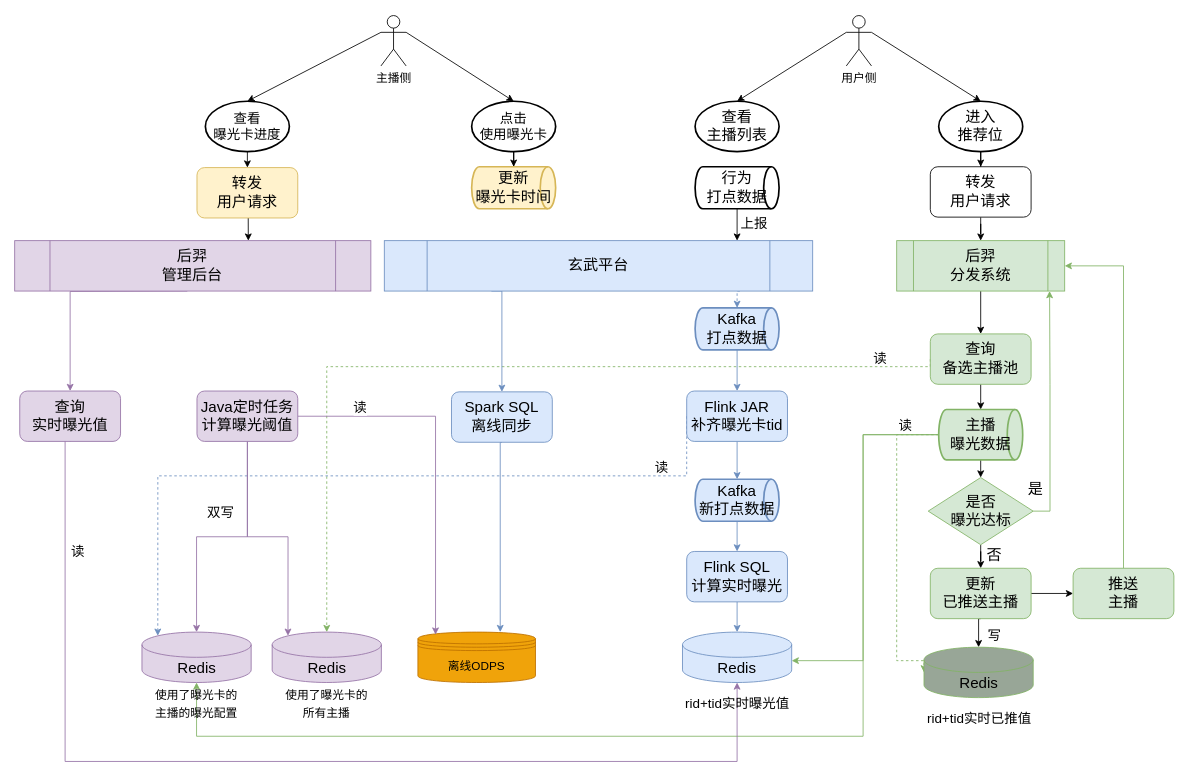
This is 后羿接曝光卡.drawio from hongweilv-whu/flowCharts, a draw.io file, before an edit. Source tidied: cells renumbered, new cells numbered last; positions are measured from the earlier drawing's top-left corner, leaving out a move shared by most shapes. Both pictures are drawn from the tidied source at 84%, with x=0, y=0 at pixel (14, 15).
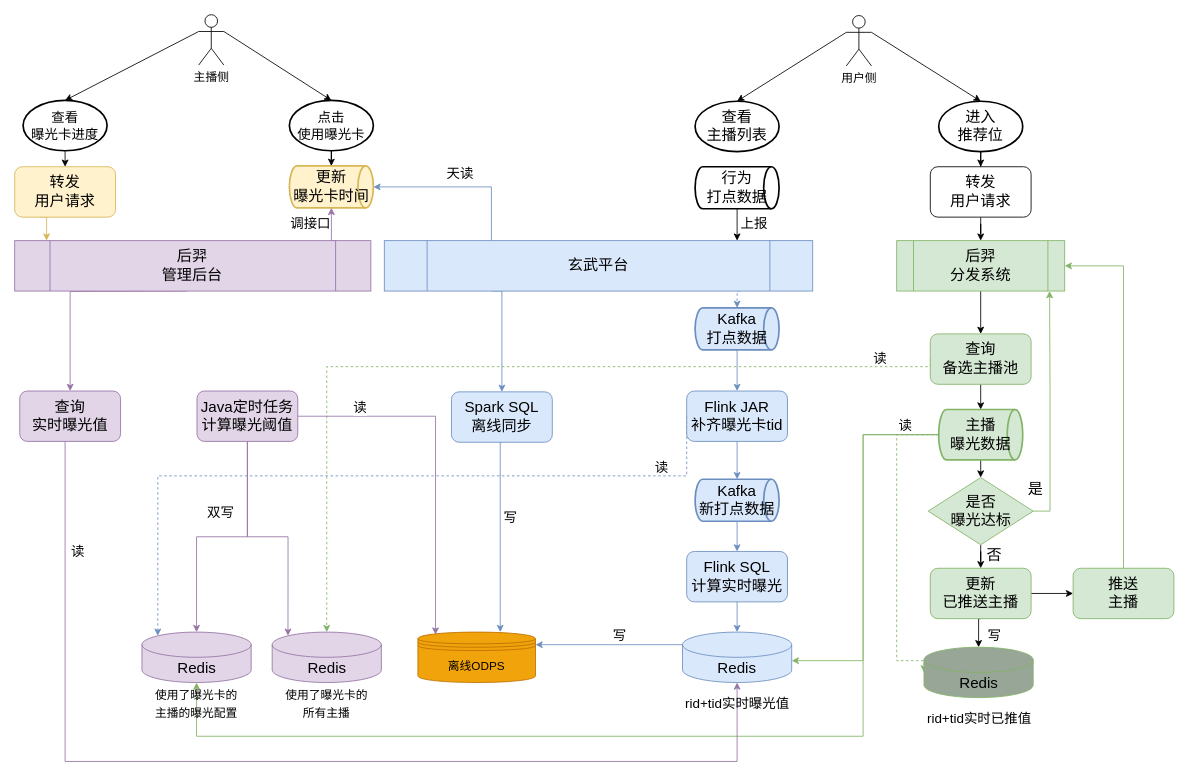
Above is the later version.

Commit message (it also covers changes not shown here):
Update 后羿接曝光卡.drawio

The change refers to these unchanged cells:
```xml
<mxCell id="16" value="Redis" style="shape=cylinder3;whiteSpace=wrap;html=1;boundedLbl=1;backgroundOutline=1;size=15;fontSize=18;fillColor=#dae8fc;strokeColor=#6c8ebf;" parent="15" vertex="1">
  <mxGeometry x="2.5" width="130" height="60" as="geometry" />
</mxCell>
<mxCell id="34" value="玄武平台" style="shape=process;whiteSpace=wrap;html=1;backgroundOutline=1;fontSize=18;fillColor=#dae8fc;strokeColor=#6c8ebf;points=[[0,0,0,0,0],[0,0.25,0,0,0],[0,0.5,0,0,0],[0,0.75,0,0,0],[0.11,1,0,0,0],[0.25,0,0,0,0],[0.25,1,0,0,0],[0.5,0,0,0,0],[0.5,1,0,0,0],[0.75,0,0,0,0],[0.83,1,0,0,0],[1,0,0,0,0],[1,0.25,0,0,0],[1,0.5,0,0,0],[1,0.75,0,0,0],[1,1,0,0,0]];" parent="1" vertex="1">
  <mxGeometry x="440" y="268" width="510" height="60" as="geometry" />
</mxCell>
```

The edit, as a diff of the source:
```diff
@@
     <mxCell id="6" value="&lt;font style=&quot;font-size: 14px;&quot;&gt;主播侧&lt;/font&gt;" style="shape=umlActor;verticalLabelPosition=bottom;verticalAlign=top;html=1;outlineConnect=0;" parent="1" vertex="1">
-      <mxGeometry x="436" width="30" height="60" as="geometry" />
+      <mxGeometry x="219" y="-1" width="30" height="60" as="geometry" />
     </mxCell>
@@
+    <mxCell id="85" style="edgeStyle=orthogonalEdgeStyle;rounded=0;jettySize=auto;html=1;exitX=0.25;exitY=0;exitDx=0;exitDy=0;exitPerimeter=0;entryX=1;entryY=0.5;entryDx=0;entryDy=0;entryPerimeter=0;fontSize=16;fillColor=#dae8fc;strokeColor=#6c8ebf;" parent="1" edge="1" source="34" target="52">
+      <mxGeometry relative="1" as="geometry" />
+    </mxCell>
@@
     <mxCell id="38" value="&lt;font style=&quot;font-size: 16px;&quot;&gt;点击&lt;br style=&quot;&quot;&gt;使用曝光卡&lt;/font&gt;" style="strokeWidth=2;html=1;shape=mxgraph.flowchart.start_1;whiteSpace=wrap;fontSize=14;" parent="1" vertex="1">
-      <mxGeometry x="544" y="102" width="100" height="60" as="geometry" />
+      <mxGeometry x="327" y="101" width="100" height="60" as="geometry" />
     </mxCell>
@@
     <mxCell id="40" value="&lt;font style=&quot;font-size: 16px;&quot;&gt;查看&lt;br style=&quot;&quot;&gt;曝光卡进度&lt;/font&gt;" style="strokeWidth=2;html=1;shape=mxgraph.flowchart.start_1;whiteSpace=wrap;fontSize=14;" parent="1" vertex="1">
-      <mxGeometry x="227" y="102" width="100" height="60" as="geometry" />
+      <mxGeometry x="10" y="101" width="100" height="60" as="geometry" />
     </mxCell>
@@
     <mxCell id="52" value="&lt;span style=&quot;font-size: 18px;&quot;&gt;更新&lt;br&gt;曝光卡时间&lt;/span&gt;" style="strokeWidth=2;html=1;shape=mxgraph.flowchart.direct_data;whiteSpace=wrap;fontSize=16;fillColor=#fff2cc;strokeColor=#d6b656;" parent="1" vertex="1">
-      <mxGeometry x="544" y="180" width="100" height="50" as="geometry" />
+      <mxGeometry x="327" y="179" width="100" height="50" as="geometry" />
     </mxCell>
@@
+    <mxCell id="86" style="edgeStyle=orthogonalEdgeStyle;rounded=0;jettySize=auto;html=1;exitX=0.9;exitY=0;exitDx=0;exitDy=0;exitPerimeter=0;entryX=0.5;entryY=1;entryDx=0;entryDy=0;entryPerimeter=0;fontSize=16;fillColor=#e1d5e7;strokeColor=#9673a6;" parent="1" edge="1" source="56" target="52">
+      <mxGeometry relative="1" as="geometry" />
+    </mxCell>
-    <mxCell id="56" value="后羿&lt;br&gt;管理后台" style="shape=process;whiteSpace=wrap;html=1;backgroundOutline=1;fontSize=18;fillColor=#e1d5e7;strokeColor=#9673a6;points=[[0,0,0,0,0],[0,0.25,0,0,0],[0,0.5,0,0,0],[0,0.75,0,0,0],[0,1,0,0,0],[0.25,0,0,0,0],[0.25,1,0,0,0],[0.5,0,0,0,0],[0.5,1,0,0,0],[0.75,1,0,0,0],[0.83,0,0,0,0],[1,0,0,0,0],[1,0.25,0,0,0],[1,0.5,0,0,0],[1,0.75,0,0,0],[1,1,0,0,0]];" parent="1" vertex="1">
+    <mxCell id="56" value="后羿&lt;br&gt;管理后台" style="shape=process;whiteSpace=wrap;html=1;backgroundOutline=1;fontSize=18;fillColor=#e1d5e7;strokeColor=#9673a6;points=[[0,0.25,0,0,0],[0,0.5,0,0,0],[0,0.75,0,0,0],[0,1,0,0,0],[0.09,0,0,0,-3],[0.25,0,0,0,0],[0.25,1,0,0,0],[0.5,0,0,0,0],[0.5,1,0,0,0],[0.75,1,0,0,0],[0.9,0,0,0,0],[1,0,0,0,0],[1,0.25,0,0,0],[1,0.5,0,0,0],[1,0.75,0,0,0],[1,1,0,0,0]];" parent="1" vertex="1">
       <mxGeometry y="268" width="424" height="60" as="geometry" />
     </mxCell>
@@
-    <mxCell id="64" style="edgeStyle=orthogonalEdgeStyle;rounded=0;orthogonalLoop=1;jettySize=auto;html=1;exitX=0.5;exitY=1;exitDx=0;exitDy=0;fontSize=16;" parent="1" edge="1">
-      <mxGeometry relative="1" as="geometry">
-        <mxPoint x="278" y="241" as="sourcePoint" />
-        <mxPoint x="278.1" y="268" as="targetPoint" />
-      </mxGeometry>
-    </mxCell>
+    <mxCell id="87" style="edgeStyle=orthogonalEdgeStyle;rounded=0;jettySize=auto;html=1;exitX=0.25;exitY=1;exitDx=0;exitDy=0;fontSize=16;fillColor=#fff2cc;strokeColor=#d6b656;" parent="1" edge="1" source="65">
+      <mxGeometry relative="1" as="geometry">
+        <mxPoint x="38" y="268" as="targetPoint" />
+      </mxGeometry>
+    </mxCell>
-    <mxCell id="65" value="&lt;span style=&quot;font-size: 18px;&quot;&gt;转发&lt;br&gt;用户请求&lt;/span&gt;" style="rounded=1;whiteSpace=wrap;html=1;fontSize=14;fillColor=#fff2cc;strokeColor=#d6b656;" parent="1" vertex="1">
-      <mxGeometry x="217" y="181" width="120" height="60" as="geometry" />
+    <mxCell id="65" value="&lt;span style=&quot;font-size: 18px;&quot;&gt;转发&lt;br&gt;用户请求&lt;/span&gt;" style="rounded=1;whiteSpace=wrap;html=1;fontSize=14;fillColor=#fff2cc;strokeColor=#d6b656;points=[[0,0,0,0,0],[0,0.25,0,0,0],[0,0.5,0,0,0],[0,0.75,0,0,0],[0,1,0,0,0],[0.25,0,0,0,0],[0.3,1,0,0,0],[0.5,0,0,0,0],[0.5,1,0,0,0],[0.75,0,0,0,0],[0.75,1,0,0,0],[1,0,0,0,0],[1,0.25,0,0,0],[1,0.5,0,0,0],[1,0.75,0,0,0],[1,1,0,0,0]];" parent="1" vertex="1">
+      <mxGeometry y="180" width="120" height="60" as="geometry" />
     </mxCell>
@@
+    <mxCell id="88" value="天读" style="text;html=1;align=center;verticalAlign=middle;strokeColor=none;fillColor=none;fontSize=16;" parent="1" vertex="1">
+      <mxGeometry x="505" y="178" width="50" height="20" as="geometry" />
+    </mxCell>
+    <mxCell id="89" value="调接口" style="text;html=1;align=center;verticalAlign=middle;strokeColor=none;fillColor=none;fontSize=16;" parent="1" vertex="1">
+      <mxGeometry x="322" y="238" width="60" height="20" as="geometry" />
+    </mxCell>
+    <mxCell id="90" style="edgeStyle=orthogonalEdgeStyle;rounded=0;jettySize=auto;html=1;exitX=0;exitY=0;exitDx=0;exitDy=15;exitPerimeter=0;fontSize=16;fillColor=#dae8fc;strokeColor=#6c8ebf;" parent="1" edge="1" source="16">
+      <mxGeometry relative="1" as="geometry">
+        <mxPoint x="620" y="749" as="targetPoint" />
+      </mxGeometry>
+    </mxCell>
+    <mxCell id="91" value="写" style="text;html=1;align=center;verticalAlign=middle;strokeColor=none;fillColor=none;fontSize=16;" parent="1" vertex="1">
+      <mxGeometry x="575" y="588" width="30" height="20" as="geometry" />
+    </mxCell>
+    <mxCell id="92" value="写" style="text;html=1;align=center;verticalAlign=middle;strokeColor=none;fillColor=none;fontSize=16;" parent="1" vertex="1">
+      <mxGeometry x="705" y="728" width="30" height="20" as="geometry" />
+    </mxCell>
```
